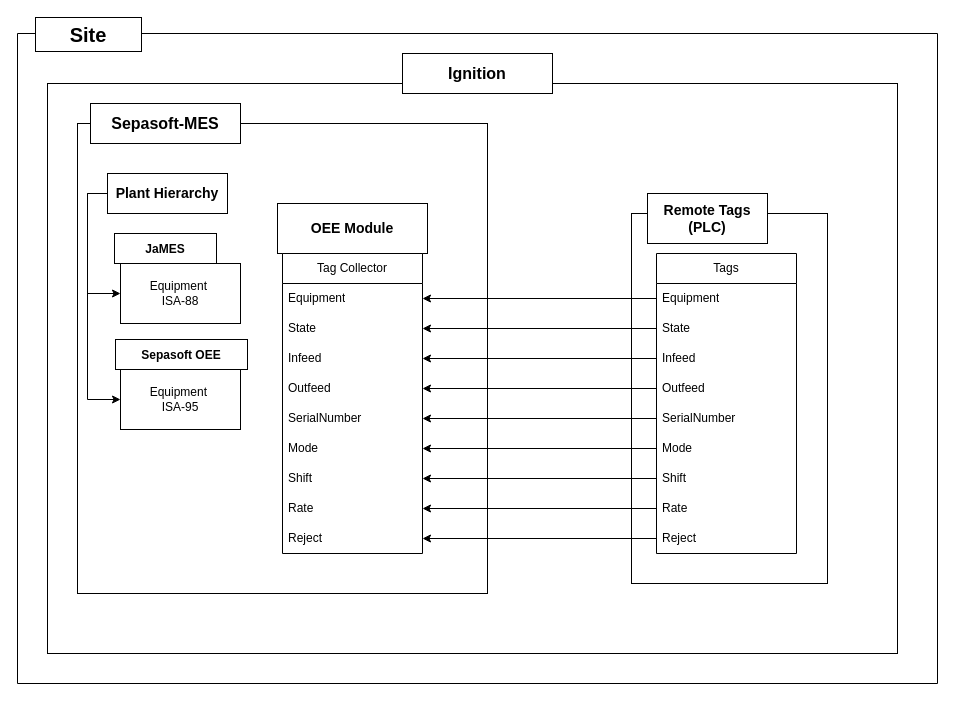
Earlier version of the draw.io diagram page "OEE Data Flow" (2 of 2) of OEE Data Flow.drawio (IlScottlI/docs). Source tidied: cells renumbered, new cells numbered last; positions are measured from the earlier drawing's top-left corner, leaving out a move shared by most shapes. Both pictures are drawn from the tidied source at 100%, with x=0, y=0 at pixel (17, 17).
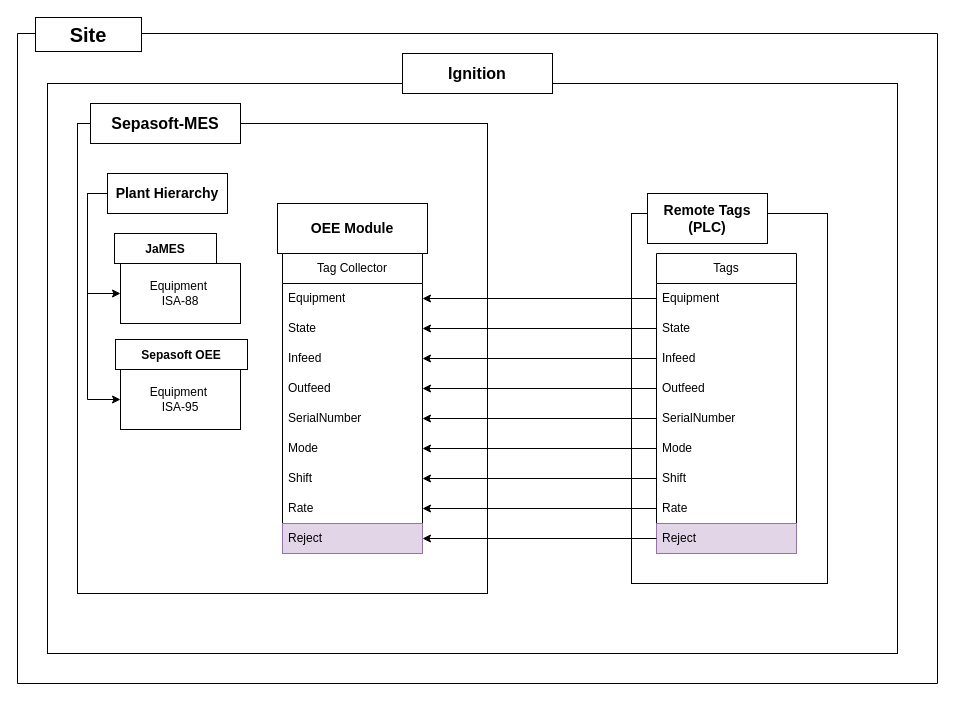
Above is the later version.

Unchanged cells that the change refers to:
```xml
<mxCell id="16" value="Tags" style="swimlane;fontStyle=0;horizontal=1;startSize=30;whiteSpace=wrap;html=1;" parent="2" vertex="1">
  <mxGeometry x="639" y="220" width="140" height="300" as="geometry" />
</mxCell>
<mxCell id="27" value="Tag Collector" style="swimlane;fontStyle=0;horizontal=1;startSize=30;whiteSpace=wrap;html=1;" parent="2" vertex="1">
  <mxGeometry x="265" y="220" width="140" height="300" as="geometry" />
</mxCell>
```

Diff of the diagram source:
```diff
@@
-    <mxCell id="25" value="Reject" style="text;strokeColor=none;fillColor=none;align=left;verticalAlign=middle;spacingLeft=4;spacingRight=4;overflow=hidden;points=[[0,0.5],[1,0.5]];portConstraint=eastwest;whiteSpace=wrap;html=1;" parent="16" vertex="1">
+    <mxCell id="25" value="Reject" style="text;strokeColor=#9673a6;fillColor=#e1d5e7;align=left;verticalAlign=middle;spacingLeft=4;spacingRight=4;overflow=hidden;points=[[0,0.5],[1,0.5]];portConstraint=eastwest;whiteSpace=wrap;html=1;" parent="16" vertex="1">
       <mxGeometry y="270" width="140" height="30" as="geometry" />
     </mxCell>
@@
-    <mxCell id="36" value="Reject" style="text;strokeColor=none;fillColor=none;align=left;verticalAlign=middle;spacingLeft=4;spacingRight=4;overflow=hidden;points=[[0,0.5],[1,0.5]];portConstraint=eastwest;whiteSpace=wrap;html=1;" parent="27" vertex="1">
+    <mxCell id="36" value="Reject" style="text;strokeColor=#9673a6;fillColor=#e1d5e7;align=left;verticalAlign=middle;spacingLeft=4;spacingRight=4;overflow=hidden;points=[[0,0.5],[1,0.5]];portConstraint=eastwest;whiteSpace=wrap;html=1;" parent="27" vertex="1">
       <mxGeometry y="270" width="140" height="30" as="geometry" />
     </mxCell>
```
